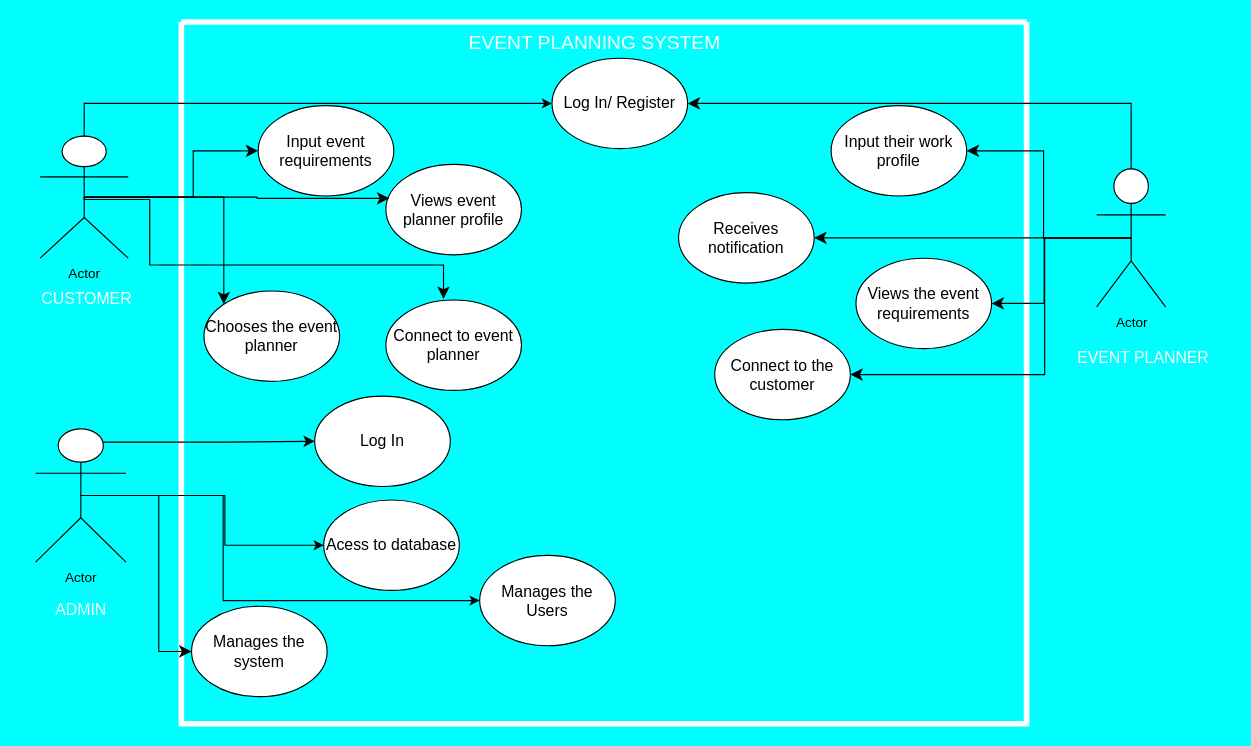
The draw.io diagram page "Page-1" (1 of 9) of Untitled Diagram.drawio in Thuo001/ISProposal, before the edit. Source tidied: cells renumbered, new cells numbered last; positions are measured from the earlier drawing's top-left corner, leaving out a move shared by most shapes. Both pictures are drawn from the tidied source at 113%, with x=0, y=0 at pixel (31, 21).
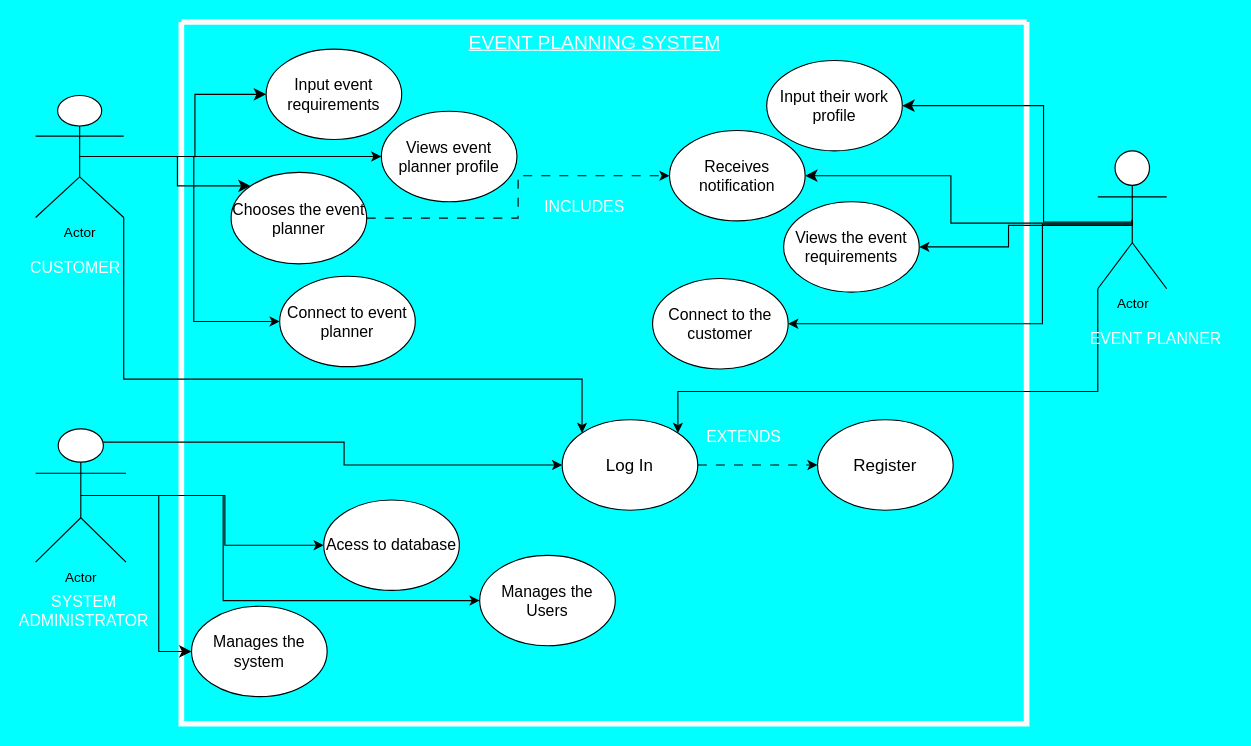
The same page after the edit.

Unchanged cells that the change refers to:
```xml
<mxCell id="2" style="swimlane;startSize=0;strokeColor=#FCFCFC;strokeWidth=5;perimeterSpacing=4;" parent="1" vertex="1">
  <mxGeometry x="133" width="748" height="621" as="geometry" />
</mxCell>
<mxCell id="27" value="Actor" style="shape=umlActor;verticalLabelPosition=bottom;verticalAlign=top;html=1;outlineConnect=0;" parent="1" vertex="1">
  <mxGeometry x="4" y="360" width="80" height="118" as="geometry" />
</mxCell>
```

Change to the diagram source:
```diff
@@
     <mxCell id="3" value="&lt;font style=&quot;font-size: 14px;&quot;&gt;Input event requirements&lt;/font&gt;" style="ellipse;whiteSpace=wrap;html=1;" parent="2" vertex="1">
-      <mxGeometry x="68" y="74" width="120" height="80" as="geometry" />
+      <mxGeometry x="75" y="24" width="120" height="80" as="geometry" />
     </mxCell>
     <mxCell id="4" value="&lt;font style=&quot;font-size: 14px;&quot;&gt;Views event planner profile&lt;/font&gt;" style="ellipse;whiteSpace=wrap;html=1;" parent="2" vertex="1">
-      <mxGeometry x="181" y="126" width="120" height="80" as="geometry" />
+      <mxGeometry x="177" y="79" width="120" height="80" as="geometry" />
     </mxCell>
+    <mxCell id="37" style="edgeStyle=orthogonalEdgeStyle;rounded=0;jettySize=auto;html=1;exitX=1;exitY=0.5;exitDx=0;exitDy=0;dashed=1;dashPattern=8 8;" parent="2" edge="1" source="5" target="10">
+      <mxGeometry relative="1" as="geometry" />
+    </mxCell>
     <mxCell id="5" value="&lt;font style=&quot;font-size: 14px;&quot;&gt;Chooses the event planner&lt;/font&gt;" style="ellipse;whiteSpace=wrap;html=1;" parent="2" vertex="1">
-      <mxGeometry x="20" y="238" width="120" height="80" as="geometry" />
+      <mxGeometry x="44" y="133" width="120" height="81" as="geometry" />
     </mxCell>
@@
     <mxCell id="8" value="&lt;font style=&quot;font-size: 14px;&quot;&gt;Connect to event planner&lt;/font&gt;" style="ellipse;whiteSpace=wrap;html=1;" parent="2" vertex="1">
-      <mxGeometry x="181" y="246" width="120" height="80" as="geometry" />
+      <mxGeometry x="87" y="225" width="120" height="80" as="geometry" />
     </mxCell>
     <mxCell id="9" value="&lt;font style=&quot;font-size: 14px;&quot;&gt;Input their work profile&lt;/font&gt;" style="ellipse;whiteSpace=wrap;html=1;" parent="2" vertex="1">
-      <mxGeometry x="575" y="74" width="120" height="80" as="geometry" />
+      <mxGeometry x="518" y="34" width="120" height="80" as="geometry" />
     </mxCell>
     <mxCell id="10" value="&lt;font style=&quot;font-size: 14px;&quot;&gt;Receives notification&lt;/font&gt;" style="ellipse;whiteSpace=wrap;html=1;" parent="2" vertex="1">
-      <mxGeometry x="440" y="151" width="120" height="80" as="geometry" />
+      <mxGeometry x="432" y="96" width="120" height="80" as="geometry" />
     </mxCell>
     <mxCell id="11" value="&lt;font style=&quot;font-size: 14px;&quot;&gt;Views the event requirements&lt;/font&gt;" style="ellipse;whiteSpace=wrap;html=1;" parent="2" vertex="1">
-      <mxGeometry x="597" y="209" width="120" height="80" as="geometry" />
+      <mxGeometry x="533" y="159" width="120" height="80" as="geometry" />
     </mxCell>
-    <mxCell id="12" value="&lt;font style=&quot;font-size: 14px;&quot;&gt;Log In/ Register&lt;/font&gt;" style="ellipse;whiteSpace=wrap;html=1;" parent="2" vertex="1">
-      <mxGeometry x="328" y="32" width="120" height="80" as="geometry" />
-    </mxCell>
     <mxCell id="13" value="&lt;font style=&quot;font-size: 14px;&quot;&gt;Connect to the customer&lt;/font&gt;" style="ellipse;whiteSpace=wrap;html=1;" parent="2" vertex="1">
-      <mxGeometry x="472" y="272" width="120" height="80" as="geometry" />
+      <mxGeometry x="417" y="227" width="120" height="80" as="geometry" />
     </mxCell>
@@
+    <mxCell id="16" value="&lt;font color=&quot;#ffffff&quot; style=&quot;font-size: 17px;&quot;&gt;&lt;u&gt;EVENT PLANNING SYSTEM&lt;/u&gt;&lt;/font&gt;" style="text;html=1;strokeColor=none;fillColor=none;align=center;verticalAlign=middle;whiteSpace=wrap;rounded=0;" parent="2" vertex="1">
+      <mxGeometry x="218" y="4" width="296" height="30" as="geometry" />
+    </mxCell>
+    <mxCell id="38" style="edgeStyle=orthogonalEdgeStyle;rounded=0;jettySize=auto;html=1;exitX=1;exitY=0.5;exitDx=0;exitDy=0;dashed=1;dashPattern=8 8;" parent="2" edge="1" source="15" target="39">
+      <mxGeometry relative="1" as="geometry" />
+    </mxCell>
-    <mxCell id="15" value="&lt;font style=&quot;font-size: 14px;&quot;&gt;Log In&lt;/font&gt;" style="ellipse;whiteSpace=wrap;html=1;" parent="2" vertex="1">
-      <mxGeometry x="118" y="331" width="120" height="80" as="geometry" />
+    <mxCell id="15" value="&lt;font style=&quot;font-size: 15px;&quot;&gt;Log In&lt;/font&gt;" style="ellipse;whiteSpace=wrap;html=1;" parent="2" vertex="1">
+      <mxGeometry x="337" y="352" width="120" height="80" as="geometry" />
     </mxCell>
-    <mxCell id="16" value="&lt;font color=&quot;#ffffff&quot; style=&quot;font-size: 17px;&quot;&gt;EVENT PLANNING SYSTEM&lt;/font&gt;" style="text;html=1;strokeColor=none;fillColor=none;align=center;verticalAlign=middle;whiteSpace=wrap;rounded=0;" parent="2" vertex="1">
-      <mxGeometry x="218" y="4" width="296" height="30" as="geometry" />
-    </mxCell>
-    <mxCell id="17" style="edgeStyle=orthogonalEdgeStyle;rounded=0;jettySize=auto;html=1;exitX=0.5;exitY=0;exitDx=0;exitDy=0;exitPerimeter=0;entryX=1;entryY=0.5;entryDx=0;entryDy=0;endSize=8;" parent="1" edge="1" source="22" target="12">
-      <mxGeometry relative="1" as="geometry" />
-    </mxCell>
+    <mxCell id="39" value="&lt;font style=&quot;font-size: 15px;&quot;&gt;Register&lt;/font&gt;" style="ellipse;whiteSpace=wrap;html=1;" parent="2" vertex="1">
+      <mxGeometry x="563" y="352" width="120" height="80" as="geometry" />
+    </mxCell>
+    <mxCell id="40" value="&lt;font color=&quot;#ffffff&quot; style=&quot;font-size: 14px;&quot;&gt;INCLUDES&lt;/font&gt;" style="text;html=1;strokeColor=none;fillColor=none;align=center;verticalAlign=middle;whiteSpace=wrap;rounded=0;" parent="2" vertex="1">
+      <mxGeometry x="327" y="149" width="60" height="30" as="geometry" />
+    </mxCell>
+    <mxCell id="41" value="&lt;font color=&quot;#ffffff&quot; style=&quot;font-size: 14px;&quot;&gt;EXTENDS&lt;/font&gt;" style="text;html=1;strokeColor=none;fillColor=none;align=center;verticalAlign=middle;whiteSpace=wrap;rounded=0;" parent="2" vertex="1">
+      <mxGeometry x="468" y="352" width="60" height="30" as="geometry" />
+    </mxCell>
-    <mxCell id="18" style="edgeStyle=orthogonalEdgeStyle;rounded=0;jettySize=auto;html=1;exitX=0.5;exitY=0.5;exitDx=0;exitDy=0;exitPerimeter=0;endSize=8;" parent="1" edge="1" source="22" target="9">
+    <mxCell id="18" style="edgeStyle=orthogonalEdgeStyle;rounded=0;jettySize=auto;html=1;exitX=0.5;exitY=0.5;exitDx=0;exitDy=0;exitPerimeter=0;endSize=8;entryX=1;entryY=0.5;entryDx=0;entryDy=0;" parent="1" edge="1" source="22" target="9">
       <mxGeometry relative="1" as="geometry">
         <Array as="points">
-          <mxPoint x="896" y="191" />
-          <mxPoint x="896" y="114" />
+          <mxPoint x="975" y="177" />
+          <mxPoint x="896" y="177" />
+          <mxPoint x="896" y="74" />
         </Array>
       </mxGeometry>
     </mxCell>
     <mxCell id="19" style="edgeStyle=orthogonalEdgeStyle;rounded=0;jettySize=auto;html=1;exitX=0.5;exitY=0.5;exitDx=0;exitDy=0;exitPerimeter=0;endSize=8;" parent="1" edge="1" source="22" target="10">
-      <mxGeometry relative="1" as="geometry" />
+      <mxGeometry relative="1" as="geometry">
+        <Array as="points">
+          <mxPoint x="975" y="178" />
+          <mxPoint x="814" y="178" />
+          <mxPoint x="814" y="136" />
+        </Array>
+      </mxGeometry>
     </mxCell>
+    <mxCell id="21" style="edgeStyle=orthogonalEdgeStyle;rounded=0;jettySize=auto;html=1;exitX=0.5;exitY=0.5;exitDx=0;exitDy=0;exitPerimeter=0;entryX=1;entryY=0.5;entryDx=0;entryDy=0;" parent="1" edge="1" source="22" target="13">
+      <mxGeometry relative="1" as="geometry">
+        <Array as="points">
+          <mxPoint x="975" y="179" />
+          <mxPoint x="895" y="179" />
+          <mxPoint x="895" y="267" />
+        </Array>
+      </mxGeometry>
+    </mxCell>
-    <mxCell id="20" style="edgeStyle=orthogonalEdgeStyle;rounded=0;jettySize=auto;html=1;exitX=0.5;exitY=0.5;exitDx=0;exitDy=0;exitPerimeter=0;endSize=8;" parent="1" edge="1" source="22" target="11">
-      <mxGeometry relative="1" as="geometry" />
+    <mxCell id="20" style="edgeStyle=orthogonalEdgeStyle;rounded=0;jettySize=auto;html=1;exitX=0.5;exitY=0.5;exitDx=0;exitDy=0;exitPerimeter=0;entryX=1;entryY=0.5;entryDx=0;entryDy=0;" parent="1" edge="1" source="22" target="11">
+      <mxGeometry relative="1" as="geometry">
+        <Array as="points">
+          <mxPoint x="975" y="180" />
+          <mxPoint x="865" y="180" />
+          <mxPoint x="865" y="199" />
+        </Array>
+      </mxGeometry>
     </mxCell>
-    <mxCell id="21" style="edgeStyle=orthogonalEdgeStyle;rounded=0;jettySize=auto;html=1;exitX=0.5;exitY=0.5;exitDx=0;exitDy=0;exitPerimeter=0;entryX=1;entryY=0.5;entryDx=0;entryDy=0;endSize=8;" parent="1" edge="1" source="22" target="13">
-      <mxGeometry relative="1" as="geometry">
-        <Array as="points">
-          <mxPoint x="897" y="191" />
-          <mxPoint x="897" y="312" />
-        </Array>
-      </mxGeometry>
-    </mxCell>
+    <mxCell id="42" style="edgeStyle=orthogonalEdgeStyle;rounded=0;jettySize=auto;html=1;exitX=0;exitY=1;exitDx=0;exitDy=0;exitPerimeter=0;entryX=1;entryY=0;entryDx=0;entryDy=0;" parent="1" edge="1" source="22" target="15">
+      <mxGeometry relative="1" as="geometry">
+        <Array as="points">
+          <mxPoint x="944" y="327" />
+          <mxPoint x="572" y="327" />
+        </Array>
+      </mxGeometry>
+    </mxCell>
     <mxCell id="22" value="Actor" style="shape=umlActor;verticalLabelPosition=bottom;verticalAlign=top;html=1;outlineConnect=0;" parent="1" vertex="1">
-      <mxGeometry x="943" y="130" width="61" height="122" as="geometry" />
+      <mxGeometry x="944" y="114" width="61" height="122" as="geometry" />
     </mxCell>
-    <mxCell id="23" style="edgeStyle=orthogonalEdgeStyle;rounded=0;jettySize=auto;html=1;exitX=0.75;exitY=0.1;exitDx=0;exitDy=0;exitPerimeter=0;entryX=0;entryY=0.5;entryDx=0;entryDy=0;endSize=7;" parent="1" edge="1" source="27" target="15">
-      <mxGeometry relative="1" as="geometry" />
-    </mxCell>
@@
+    <mxCell id="23" style="edgeStyle=orthogonalEdgeStyle;rounded=0;jettySize=auto;html=1;exitX=0.75;exitY=0.1;exitDx=0;exitDy=0;exitPerimeter=0;entryX=0;entryY=0.5;entryDx=0;entryDy=0;" parent="1" edge="1" source="27" target="15">
+      <mxGeometry relative="1" as="geometry" />
+    </mxCell>
@@
-    <mxCell id="30" style="edgeStyle=orthogonalEdgeStyle;rounded=0;jettySize=auto;html=1;exitX=0.5;exitY=0;exitDx=0;exitDy=0;exitPerimeter=0;" parent="1" edge="1" source="31" target="12">
-      <mxGeometry relative="1" as="geometry" />
-    </mxCell>
-    <mxCell id="31" value="Actor" style="shape=umlActor;verticalLabelPosition=bottom;verticalAlign=top;html=1;outlineConnect=0;" parent="1" vertex="1">
-      <mxGeometry x="8" y="101" width="78" height="108" as="geometry" />
-    </mxCell>
-    <mxCell id="32" style="edgeStyle=orthogonalEdgeStyle;rounded=0;jettySize=auto;html=1;exitX=0.5;exitY=0.5;exitDx=0;exitDy=0;exitPerimeter=0;entryX=0.025;entryY=0.375;entryDx=0;entryDy=0;entryPerimeter=0;endSize=8;" parent="1" edge="1" source="31" target="4">
-      <mxGeometry relative="1" as="geometry">
-        <Array as="points">
-          <mxPoint x="200" y="155" />
-          <mxPoint x="200" y="156" />
-        </Array>
-      </mxGeometry>
+    <mxCell id="32" style="edgeStyle=orthogonalEdgeStyle;rounded=0;jettySize=auto;html=1;exitX=0.5;exitY=0.5;exitDx=0;exitDy=0;exitPerimeter=0;entryX=0;entryY=0.5;entryDx=0;entryDy=0;" parent="1" edge="1" source="31" target="4">
+      <mxGeometry relative="1" as="geometry" />
     </mxCell>
-    <mxCell id="33" style="edgeStyle=orthogonalEdgeStyle;rounded=0;jettySize=auto;html=1;exitX=0.5;exitY=0.5;exitDx=0;exitDy=0;exitPerimeter=0;entryX=0.425;entryY=-0.012;entryDx=0;entryDy=0;entryPerimeter=0;endSize=8;" parent="1" edge="1" source="31" target="8">
+    <mxCell id="33" style="edgeStyle=orthogonalEdgeStyle;rounded=0;jettySize=auto;html=1;exitX=0.5;exitY=0.5;exitDx=0;exitDy=0;exitPerimeter=0;entryX=0;entryY=0.5;entryDx=0;entryDy=0;" parent="1" edge="1" source="31" target="8">
       <mxGeometry relative="1" as="geometry">
         <Array as="points">
-          <mxPoint x="47" y="157" />
-          <mxPoint x="105" y="157" />
-          <mxPoint x="105" y="215" />
-          <mxPoint x="365" y="215" />
+          <mxPoint x="144" y="119" />
+          <mxPoint x="144" y="265" />
         </Array>
       </mxGeometry>
     </mxCell>
+    <mxCell id="43" style="edgeStyle=orthogonalEdgeStyle;rounded=0;jettySize=auto;html=1;exitX=1;exitY=1;exitDx=0;exitDy=0;exitPerimeter=0;entryX=0;entryY=0;entryDx=0;entryDy=0;" parent="1" edge="1" source="31" target="15">
+      <mxGeometry relative="1" as="geometry">
+        <Array as="points">
+          <mxPoint x="82" y="316" />
+          <mxPoint x="488" y="316" />
+        </Array>
+      </mxGeometry>
+    </mxCell>
+    <mxCell id="31" value="Actor" style="shape=umlActor;verticalLabelPosition=bottom;verticalAlign=top;html=1;outlineConnect=0;" parent="1" vertex="1">
+      <mxGeometry x="4" y="65" width="78" height="108" as="geometry" />
+    </mxCell>
     <mxCell id="34" value="&lt;font style=&quot;font-size: 14px;&quot; color=&quot;#fcfcfc&quot;&gt;CUSTOMER&lt;/font&gt;" style="text;html=1;align=center;verticalAlign=middle;strokeColor=none;fillColor=none;" parent="1" vertex="1">
-      <mxGeometry y="230" width="98" height="29" as="geometry" />
+      <mxGeometry x="-10" y="203" width="98" height="29" as="geometry" />
     </mxCell>
-    <mxCell id="35" value="&lt;font style=&quot;font-size: 14px;&quot; color=&quot;#fcfcfc&quot;&gt;ADMIN&lt;/font&gt;" style="text;html=1;align=center;verticalAlign=middle;strokeColor=none;fillColor=none;" parent="1" vertex="1">
-      <mxGeometry x="12.5" y="505" width="63" height="29" as="geometry" />
-    </mxCell>
     <mxCell id="36" value="&lt;font style=&quot;font-size: 14px;&quot; color=&quot;#fcfcfc&quot;&gt;EVENT PLANNER&lt;/font&gt;" style="text;html=1;align=center;verticalAlign=middle;strokeColor=none;fillColor=none;" parent="1" vertex="1">
-      <mxGeometry x="917" y="282" width="134" height="29" as="geometry" />
+      <mxGeometry x="928" y="265" width="134" height="29" as="geometry" />
     </mxCell>
+    <mxCell id="44" value="&lt;font color=&quot;#ffffff&quot; style=&quot;font-size: 14px;&quot;&gt;SYSTEM ADMINISTRATOR&lt;/font&gt;" style="text;html=1;strokeColor=none;fillColor=none;align=center;verticalAlign=middle;whiteSpace=wrap;rounded=0;" parent="1" vertex="1">
+      <mxGeometry x="17" y="506" width="60" height="30" as="geometry" />
+    </mxCell>
```
